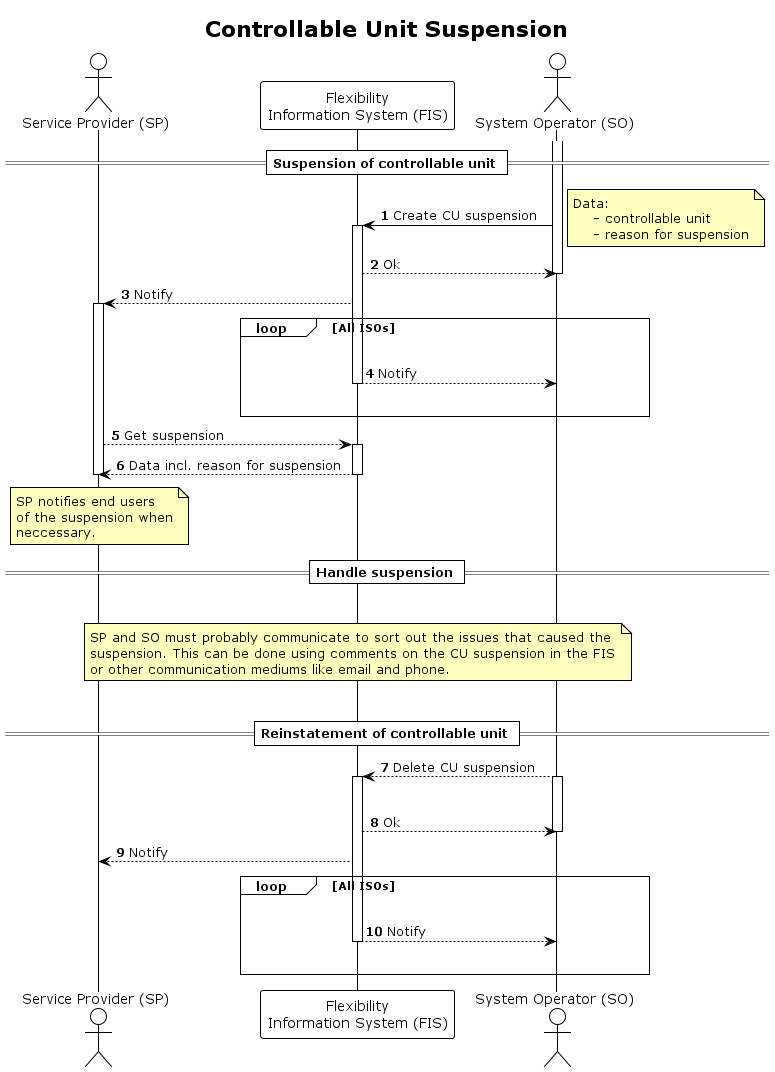
Earlier version of the PlantUML export docs/diagrams/controllable_unit_suspension.png (elhub/flex-information-system).
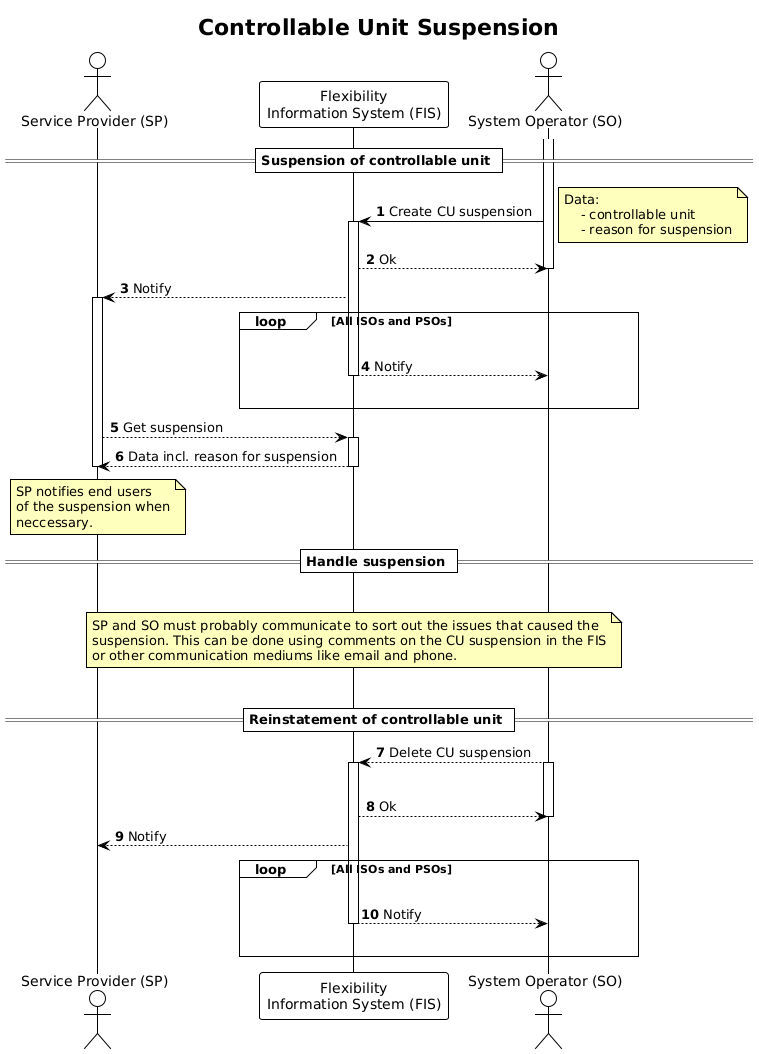
Above is the later version.

Diff of the diagram source:
```diff
@@ -30,7 +30,7 @@
 deactivate SO
 FIS-->SP: Notify
 activate SP
-loop All ISOs
+loop All ISOs and PSOs
     |||
     FIS --> SO: Notify
     deactivate FIS
@@ -68,7 +68,7 @@
 deactivate SO
 FIS --> SP: Notify
 
-loop All ISOs
+loop All ISOs and PSOs
     |||
     FIS --> SO: Notify
     deactivate FIS
```
